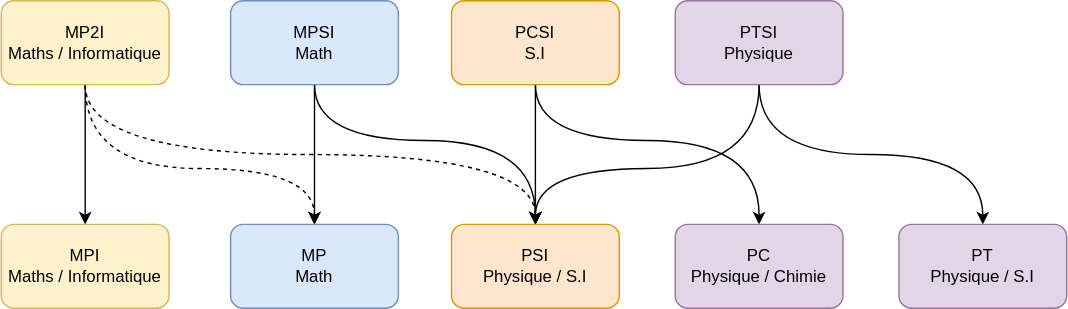
This is static/images/deuxieme_annee.svg from prepas-mp2i/prepas-mp2i.fr, a draw.io export, as it was before one commit. Source tidied: cells renumbered, new cells last; positions are measured from the earlier drawing's top-left corner, leaving out a move shared by most shapes. The source it was exported from:
```xml
<mxGraphModel>
  <root>
    <mxCell id="0" />
    <mxCell id="1" parent="0" />
    <mxCell id="2" style="edgeStyle=orthogonalEdgeStyle;rounded=0;jettySize=auto;html=1;exitX=0.5;exitY=1;exitDx=0;exitDy=0;entryX=0.5;entryY=0;entryDx=0;entryDy=0;" parent="1" edge="1" source="5" target="15">
      <mxGeometry relative="1" as="geometry" />
    </mxCell>
    <mxCell id="3" style="edgeStyle=orthogonalEdgeStyle;rounded=0;jettySize=auto;html=1;exitX=0.5;exitY=1;exitDx=0;exitDy=0;entryX=0.5;entryY=0;entryDx=0;entryDy=0;curved=1;dashed=1;" parent="1" edge="1" source="5" target="16">
      <mxGeometry relative="1" as="geometry">
        <Array as="points">
          <mxPoint x="60" y="120" />
          <mxPoint x="224" y="120" />
        </Array>
      </mxGeometry>
    </mxCell>
    <mxCell id="4" style="edgeStyle=orthogonalEdgeStyle;curved=1;rounded=0;jettySize=auto;html=1;exitX=0.5;exitY=1;exitDx=0;exitDy=0;entryX=0.5;entryY=0;entryDx=0;entryDy=0;dashed=1;" parent="1" edge="1" source="5" target="17">
      <mxGeometry relative="1" as="geometry">
        <Array as="points">
          <mxPoint x="60" y="110" />
          <mxPoint x="382" y="110" />
        </Array>
      </mxGeometry>
    </mxCell>
    <mxCell id="5" value="MP2I&lt;br&gt;Maths / Informatique" style="rounded=1;whiteSpace=wrap;html=1;fillColor=#fff2cc;strokeColor=#d6b656;" parent="1" vertex="1">
      <mxGeometry width="120" height="60" as="geometry" />
    </mxCell>
    <mxCell id="6" style="edgeStyle=orthogonalEdgeStyle;curved=1;rounded=0;jettySize=auto;html=1;exitX=0.5;exitY=1;exitDx=0;exitDy=0;entryX=0.5;entryY=0;entryDx=0;entryDy=0;" parent="1" edge="1" source="8" target="16">
      <mxGeometry relative="1" as="geometry" />
    </mxCell>
    <mxCell id="7" style="edgeStyle=orthogonalEdgeStyle;curved=1;rounded=0;jettySize=auto;html=1;exitX=0.5;exitY=1;exitDx=0;exitDy=0;entryX=0.5;entryY=0;entryDx=0;entryDy=0;" parent="1" edge="1" source="8" target="17">
      <mxGeometry relative="1" as="geometry">
        <Array as="points">
          <mxPoint x="224" y="100" />
          <mxPoint x="382" y="100" />
        </Array>
      </mxGeometry>
    </mxCell>
    <mxCell id="8" value="MPSI&lt;br&gt;Math" style="rounded=1;whiteSpace=wrap;html=1;fillColor=#dae8fc;strokeColor=#6c8ebf;" parent="1" vertex="1">
      <mxGeometry x="164" width="120" height="60" as="geometry" />
    </mxCell>
    <mxCell id="9" style="edgeStyle=orthogonalEdgeStyle;curved=1;rounded=0;jettySize=auto;html=1;exitX=0.5;exitY=1;exitDx=0;exitDy=0;entryX=0.5;entryY=0;entryDx=0;entryDy=0;" parent="1" edge="1" source="11" target="17">
      <mxGeometry relative="1" as="geometry" />
    </mxCell>
    <mxCell id="10" style="edgeStyle=orthogonalEdgeStyle;curved=1;rounded=0;jettySize=auto;html=1;exitX=0.5;exitY=1;exitDx=0;exitDy=0;entryX=0.5;entryY=0;entryDx=0;entryDy=0;" parent="1" edge="1" source="11" target="18">
      <mxGeometry relative="1" as="geometry">
        <Array as="points">
          <mxPoint x="382" y="100" />
          <mxPoint x="542" y="100" />
        </Array>
      </mxGeometry>
    </mxCell>
    <mxCell id="11" value="PCSI&lt;br&gt;S.I" style="rounded=1;whiteSpace=wrap;html=1;fillColor=#ffe6cc;strokeColor=#d79b00;" parent="1" vertex="1">
      <mxGeometry x="322" width="120" height="60" as="geometry" />
    </mxCell>
    <mxCell id="12" style="edgeStyle=orthogonalEdgeStyle;curved=1;rounded=0;jettySize=auto;html=1;exitX=0.5;exitY=1;exitDx=0;exitDy=0;" parent="1" edge="1" source="14" target="19">
      <mxGeometry relative="1" as="geometry" />
    </mxCell>
    <mxCell id="13" style="edgeStyle=orthogonalEdgeStyle;curved=1;rounded=0;jettySize=auto;html=1;exitX=0.5;exitY=1;exitDx=0;exitDy=0;entryX=0.5;entryY=0;entryDx=0;entryDy=0;" parent="1" edge="1" source="14" target="17">
      <mxGeometry relative="1" as="geometry">
        <Array as="points">
          <mxPoint x="542" y="120" />
          <mxPoint x="382" y="120" />
        </Array>
      </mxGeometry>
    </mxCell>
    <mxCell id="14" value="PTSI&lt;br&gt;Physique" style="rounded=1;whiteSpace=wrap;html=1;fillColor=#e1d5e7;strokeColor=#9673a6;" parent="1" vertex="1">
      <mxGeometry x="482" width="120" height="60" as="geometry" />
    </mxCell>
    <mxCell id="15" value="MPI&lt;br&gt;Maths / Informatique" style="rounded=1;whiteSpace=wrap;html=1;fillColor=#fff2cc;strokeColor=#d6b656;" parent="1" vertex="1">
      <mxGeometry y="160" width="120" height="60" as="geometry" />
    </mxCell>
    <mxCell id="16" value="MP&lt;br&gt;Math" style="rounded=1;whiteSpace=wrap;html=1;fillColor=#dae8fc;strokeColor=#6c8ebf;" parent="1" vertex="1">
      <mxGeometry x="164" y="160" width="120" height="60" as="geometry" />
    </mxCell>
    <mxCell id="17" value="PSI&lt;br&gt;Physique / S.I" style="rounded=1;whiteSpace=wrap;html=1;fillColor=#ffe6cc;strokeColor=#d79b00;" parent="1" vertex="1">
      <mxGeometry x="322" y="160" width="120" height="60" as="geometry" />
    </mxCell>
    <mxCell id="18" value="PC&lt;br&gt;Physique / Chimie" style="rounded=1;whiteSpace=wrap;html=1;fillColor=#e1d5e7;strokeColor=#9673a6;" parent="1" vertex="1">
      <mxGeometry x="482" y="160" width="120" height="60" as="geometry" />
    </mxCell>
    <mxCell id="19" value="PT&lt;br&gt;Physique / S.I" style="rounded=1;whiteSpace=wrap;html=1;fillColor=#e1d5e7;strokeColor=#9673a6;" parent="1" vertex="1">
      <mxGeometry x="642" y="160" width="120" height="60" as="geometry" />
    </mxCell>
  </root>
</mxGraphModel>
```
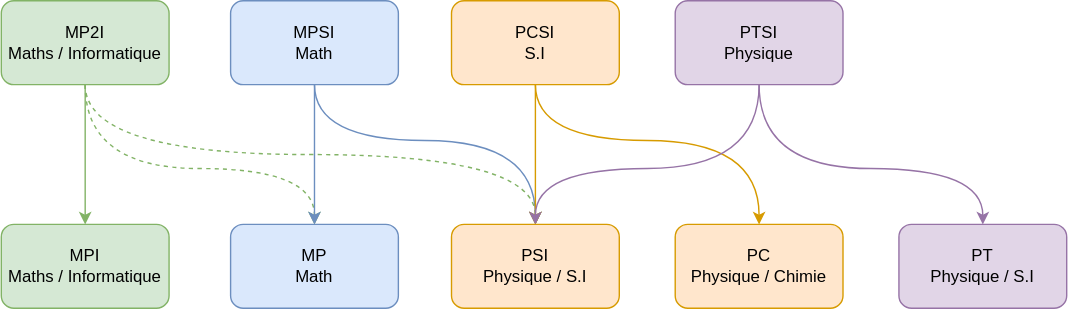
After the change.

Change to the diagram source:
```diff
@@ -2,10 +2,10 @@
   <root>
     <mxCell id="0" />
     <mxCell id="1" parent="0" />
-    <mxCell id="2" style="edgeStyle=orthogonalEdgeStyle;rounded=0;jettySize=auto;html=1;exitX=0.5;exitY=1;exitDx=0;exitDy=0;entryX=0.5;entryY=0;entryDx=0;entryDy=0;" parent="1" edge="1" source="5" target="15">
+    <mxCell id="2" style="edgeStyle=orthogonalEdgeStyle;rounded=0;jettySize=auto;html=1;exitX=0.5;exitY=1;exitDx=0;exitDy=0;entryX=0.5;entryY=0;entryDx=0;entryDy=0;fillColor=#d5e8d4;strokeColor=#82b366;" parent="1" edge="1" source="5" target="15">
       <mxGeometry relative="1" as="geometry" />
     </mxCell>
-    <mxCell id="3" style="edgeStyle=orthogonalEdgeStyle;rounded=0;jettySize=auto;html=1;exitX=0.5;exitY=1;exitDx=0;exitDy=0;entryX=0.5;entryY=0;entryDx=0;entryDy=0;curved=1;dashed=1;" parent="1" edge="1" source="5" target="16">
+    <mxCell id="3" style="edgeStyle=orthogonalEdgeStyle;rounded=0;jettySize=auto;html=1;exitX=0.5;exitY=1;exitDx=0;exitDy=0;entryX=0.5;entryY=0;entryDx=0;entryDy=0;curved=1;dashed=1;fillColor=#d5e8d4;strokeColor=#82b366;" parent="1" edge="1" source="5" target="16">
       <mxGeometry relative="1" as="geometry">
         <Array as="points">
           <mxPoint x="60" y="120" />
@@ -13,7 +13,7 @@
         </Array>
       </mxGeometry>
     </mxCell>
-    <mxCell id="4" style="edgeStyle=orthogonalEdgeStyle;curved=1;rounded=0;jettySize=auto;html=1;exitX=0.5;exitY=1;exitDx=0;exitDy=0;entryX=0.5;entryY=0;entryDx=0;entryDy=0;dashed=1;" parent="1" edge="1" source="5" target="17">
+    <mxCell id="4" style="edgeStyle=orthogonalEdgeStyle;curved=1;rounded=0;jettySize=auto;html=1;exitX=0.5;exitY=1;exitDx=0;exitDy=0;entryX=0.5;entryY=0;entryDx=0;entryDy=0;dashed=1;fillColor=#d5e8d4;strokeColor=#82b366;" parent="1" edge="1" source="5" target="17">
       <mxGeometry relative="1" as="geometry">
         <Array as="points">
           <mxPoint x="60" y="110" />
@@ -21,13 +21,13 @@
         </Array>
       </mxGeometry>
     </mxCell>
-    <mxCell id="5" value="MP2I&lt;br&gt;Maths / Informatique" style="rounded=1;whiteSpace=wrap;html=1;fillColor=#fff2cc;strokeColor=#d6b656;" parent="1" vertex="1">
+    <mxCell id="5" value="MP2I&lt;br&gt;Maths / Informatique" style="rounded=1;whiteSpace=wrap;html=1;fillColor=#d5e8d4;strokeColor=#82b366;" parent="1" vertex="1">
       <mxGeometry width="120" height="60" as="geometry" />
     </mxCell>
-    <mxCell id="6" style="edgeStyle=orthogonalEdgeStyle;curved=1;rounded=0;jettySize=auto;html=1;exitX=0.5;exitY=1;exitDx=0;exitDy=0;entryX=0.5;entryY=0;entryDx=0;entryDy=0;" parent="1" edge="1" source="8" target="16">
+    <mxCell id="6" style="edgeStyle=orthogonalEdgeStyle;curved=1;rounded=0;jettySize=auto;html=1;exitX=0.5;exitY=1;exitDx=0;exitDy=0;entryX=0.5;entryY=0;entryDx=0;entryDy=0;fillColor=#dae8fc;strokeColor=#6c8ebf;" parent="1" edge="1" source="8" target="16">
       <mxGeometry relative="1" as="geometry" />
     </mxCell>
-    <mxCell id="7" style="edgeStyle=orthogonalEdgeStyle;curved=1;rounded=0;jettySize=auto;html=1;exitX=0.5;exitY=1;exitDx=0;exitDy=0;entryX=0.5;entryY=0;entryDx=0;entryDy=0;" parent="1" edge="1" source="8" target="17">
+    <mxCell id="7" style="edgeStyle=orthogonalEdgeStyle;curved=1;rounded=0;jettySize=auto;html=1;exitX=0.5;exitY=1;exitDx=0;exitDy=0;entryX=0.5;entryY=0;entryDx=0;entryDy=0;fillColor=#dae8fc;strokeColor=#6c8ebf;" parent="1" edge="1" source="8" target="17">
       <mxGeometry relative="1" as="geometry">
         <Array as="points">
           <mxPoint x="224" y="100" />
@@ -38,10 +38,10 @@
     <mxCell id="8" value="MPSI&lt;br&gt;Math" style="rounded=1;whiteSpace=wrap;html=1;fillColor=#dae8fc;strokeColor=#6c8ebf;" parent="1" vertex="1">
       <mxGeometry x="164" width="120" height="60" as="geometry" />
     </mxCell>
-    <mxCell id="9" style="edgeStyle=orthogonalEdgeStyle;curved=1;rounded=0;jettySize=auto;html=1;exitX=0.5;exitY=1;exitDx=0;exitDy=0;entryX=0.5;entryY=0;entryDx=0;entryDy=0;" parent="1" edge="1" source="11" target="17">
+    <mxCell id="9" style="edgeStyle=orthogonalEdgeStyle;curved=1;rounded=0;jettySize=auto;html=1;exitX=0.5;exitY=1;exitDx=0;exitDy=0;entryX=0.5;entryY=0;entryDx=0;entryDy=0;fillColor=#ffe6cc;strokeColor=#d79b00;" parent="1" edge="1" source="11" target="17">
       <mxGeometry relative="1" as="geometry" />
     </mxCell>
-    <mxCell id="10" style="edgeStyle=orthogonalEdgeStyle;curved=1;rounded=0;jettySize=auto;html=1;exitX=0.5;exitY=1;exitDx=0;exitDy=0;entryX=0.5;entryY=0;entryDx=0;entryDy=0;" parent="1" edge="1" source="11" target="18">
+    <mxCell id="10" style="edgeStyle=orthogonalEdgeStyle;curved=1;rounded=0;jettySize=auto;html=1;exitX=0.5;exitY=1;exitDx=0;exitDy=0;entryX=0.5;entryY=0;entryDx=0;entryDy=0;fillColor=#ffe6cc;strokeColor=#d79b00;" parent="1" edge="1" source="11" target="18">
       <mxGeometry relative="1" as="geometry">
         <Array as="points">
           <mxPoint x="382" y="100" />
@@ -52,10 +52,15 @@
     <mxCell id="11" value="PCSI&lt;br&gt;S.I" style="rounded=1;whiteSpace=wrap;html=1;fillColor=#ffe6cc;strokeColor=#d79b00;" parent="1" vertex="1">
       <mxGeometry x="322" width="120" height="60" as="geometry" />
     </mxCell>
-    <mxCell id="12" style="edgeStyle=orthogonalEdgeStyle;curved=1;rounded=0;jettySize=auto;html=1;exitX=0.5;exitY=1;exitDx=0;exitDy=0;" parent="1" edge="1" source="14" target="19">
-      <mxGeometry relative="1" as="geometry" />
+    <mxCell id="12" style="edgeStyle=orthogonalEdgeStyle;curved=1;rounded=0;jettySize=auto;html=1;exitX=0.5;exitY=1;exitDx=0;exitDy=0;fillColor=#e1d5e7;strokeColor=#9673a6;" parent="1" edge="1" source="14" target="19">
+      <mxGeometry relative="1" as="geometry">
+        <Array as="points">
+          <mxPoint x="542" y="120" />
+          <mxPoint x="702" y="120" />
+        </Array>
+      </mxGeometry>
     </mxCell>
-    <mxCell id="13" style="edgeStyle=orthogonalEdgeStyle;curved=1;rounded=0;jettySize=auto;html=1;exitX=0.5;exitY=1;exitDx=0;exitDy=0;entryX=0.5;entryY=0;entryDx=0;entryDy=0;" parent="1" edge="1" source="14" target="17">
+    <mxCell id="13" style="edgeStyle=orthogonalEdgeStyle;curved=1;rounded=0;jettySize=auto;html=1;exitX=0.5;exitY=1;exitDx=0;exitDy=0;entryX=0.5;entryY=0;entryDx=0;entryDy=0;fillColor=#e1d5e7;strokeColor=#9673a6;" parent="1" edge="1" source="14" target="17">
       <mxGeometry relative="1" as="geometry">
         <Array as="points">
           <mxPoint x="542" y="120" />
@@ -66,7 +71,7 @@
     <mxCell id="14" value="PTSI&lt;br&gt;Physique" style="rounded=1;whiteSpace=wrap;html=1;fillColor=#e1d5e7;strokeColor=#9673a6;" parent="1" vertex="1">
       <mxGeometry x="482" width="120" height="60" as="geometry" />
     </mxCell>
-    <mxCell id="15" value="MPI&lt;br&gt;Maths / Informatique" style="rounded=1;whiteSpace=wrap;html=1;fillColor=#fff2cc;strokeColor=#d6b656;" parent="1" vertex="1">
+    <mxCell id="15" value="MPI&lt;br&gt;Maths / Informatique" style="rounded=1;whiteSpace=wrap;html=1;fillColor=#d5e8d4;strokeColor=#82b366;" parent="1" vertex="1">
       <mxGeometry y="160" width="120" height="60" as="geometry" />
     </mxCell>
     <mxCell id="16" value="MP&lt;br&gt;Math" style="rounded=1;whiteSpace=wrap;html=1;fillColor=#dae8fc;strokeColor=#6c8ebf;" parent="1" vertex="1">
@@ -75,7 +80,7 @@
     <mxCell id="17" value="PSI&lt;br&gt;Physique / S.I" style="rounded=1;whiteSpace=wrap;html=1;fillColor=#ffe6cc;strokeColor=#d79b00;" parent="1" vertex="1">
       <mxGeometry x="322" y="160" width="120" height="60" as="geometry" />
     </mxCell>
-    <mxCell id="18" value="PC&lt;br&gt;Physique / Chimie" style="rounded=1;whiteSpace=wrap;html=1;fillColor=#e1d5e7;strokeColor=#9673a6;" parent="1" vertex="1">
+    <mxCell id="18" value="PC&lt;br&gt;Physique / Chimie" style="rounded=1;whiteSpace=wrap;html=1;fillColor=#ffe6cc;strokeColor=#d79b00;" parent="1" vertex="1">
       <mxGeometry x="482" y="160" width="120" height="60" as="geometry" />
     </mxCell>
     <mxCell id="19" value="PT&lt;br&gt;Physique / S.I" style="rounded=1;whiteSpace=wrap;html=1;fillColor=#e1d5e7;strokeColor=#9673a6;" parent="1" vertex="1">
```
